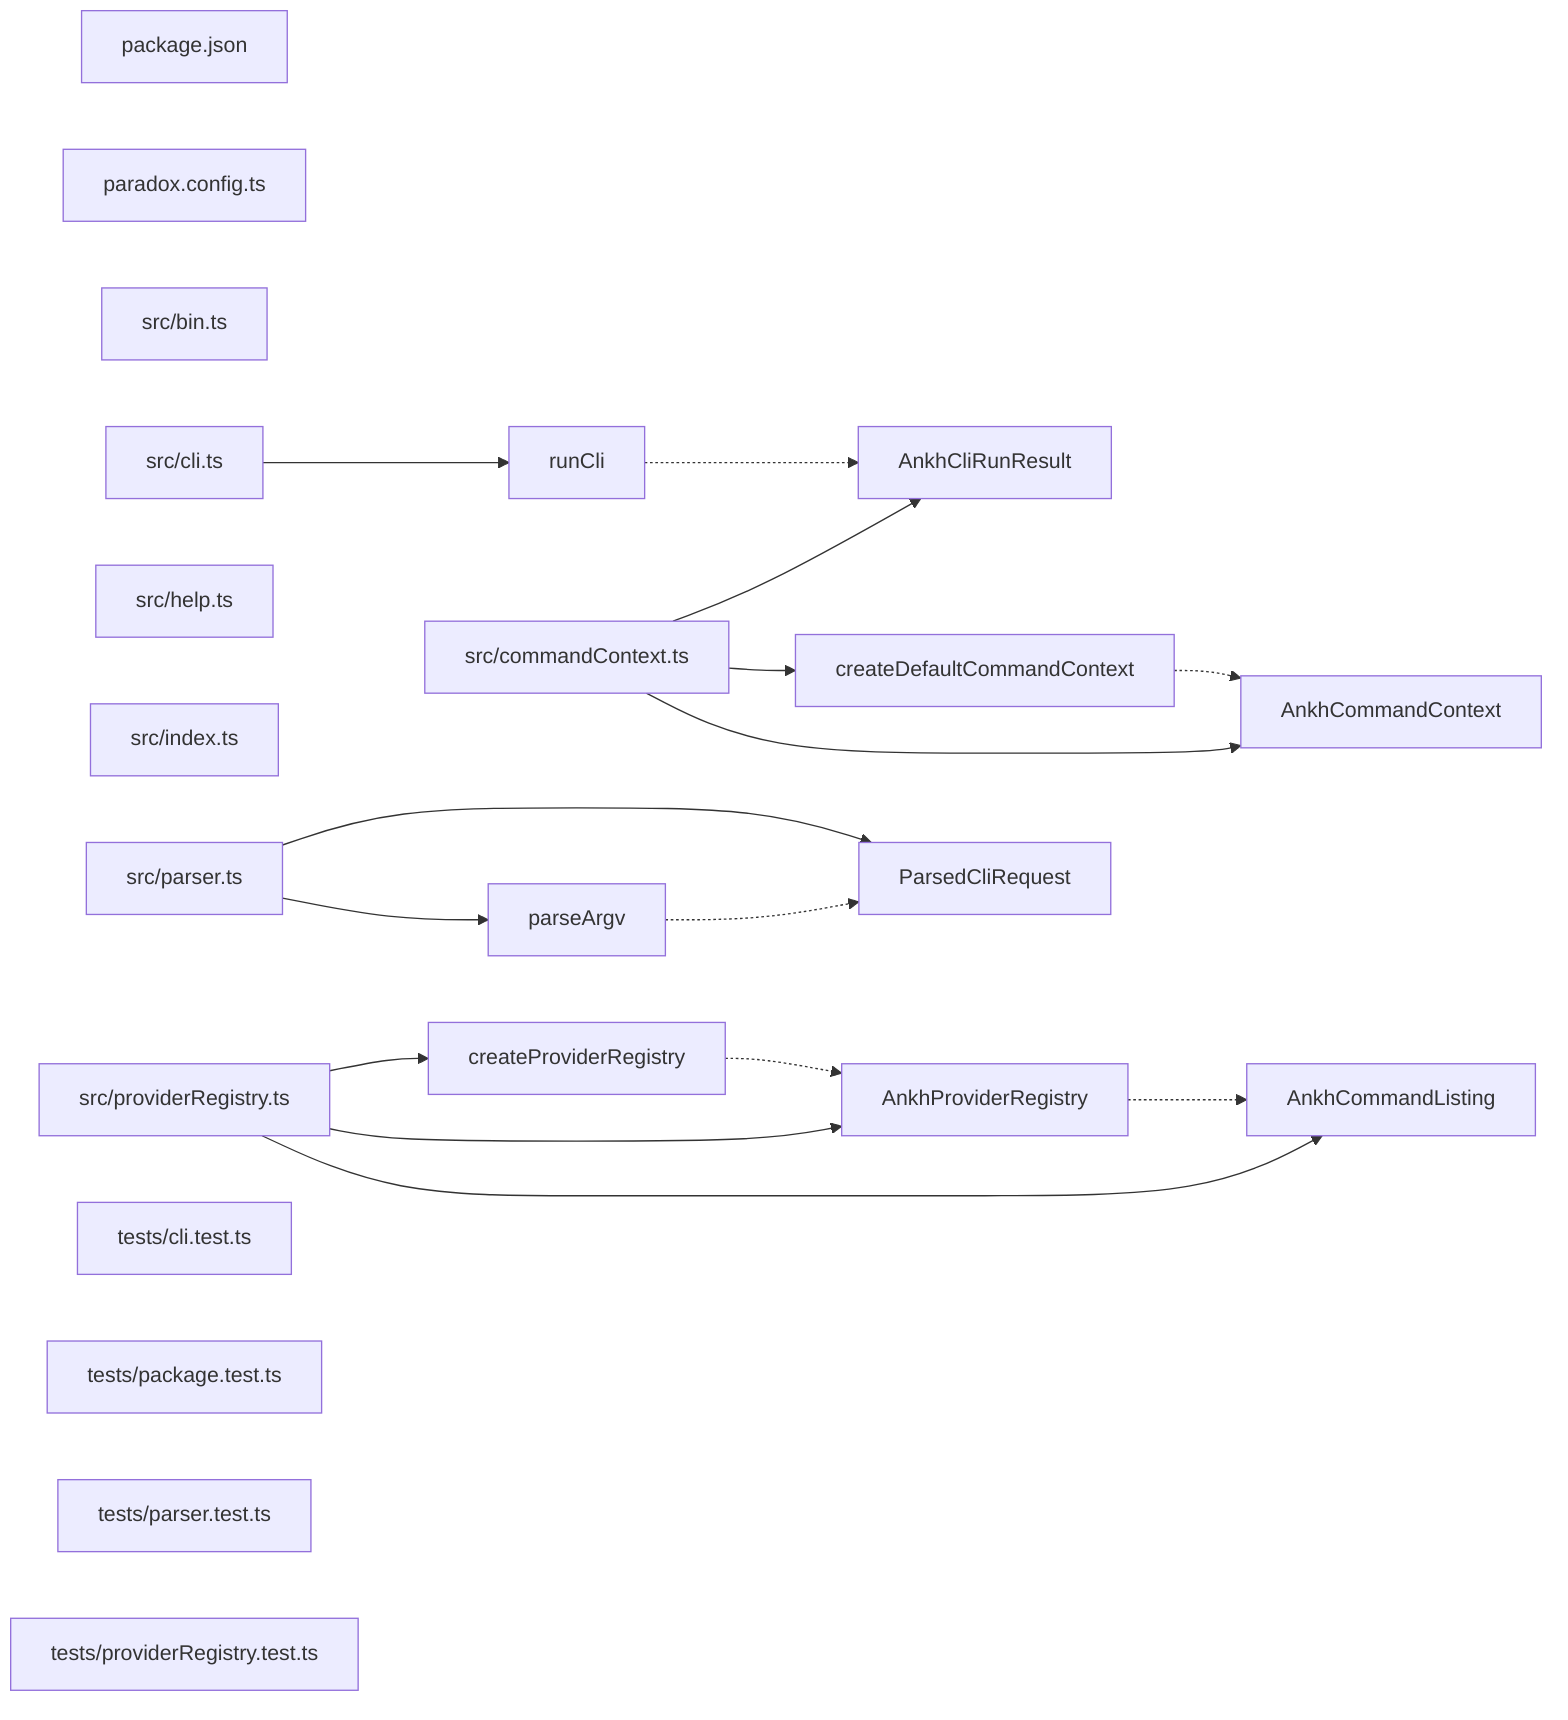
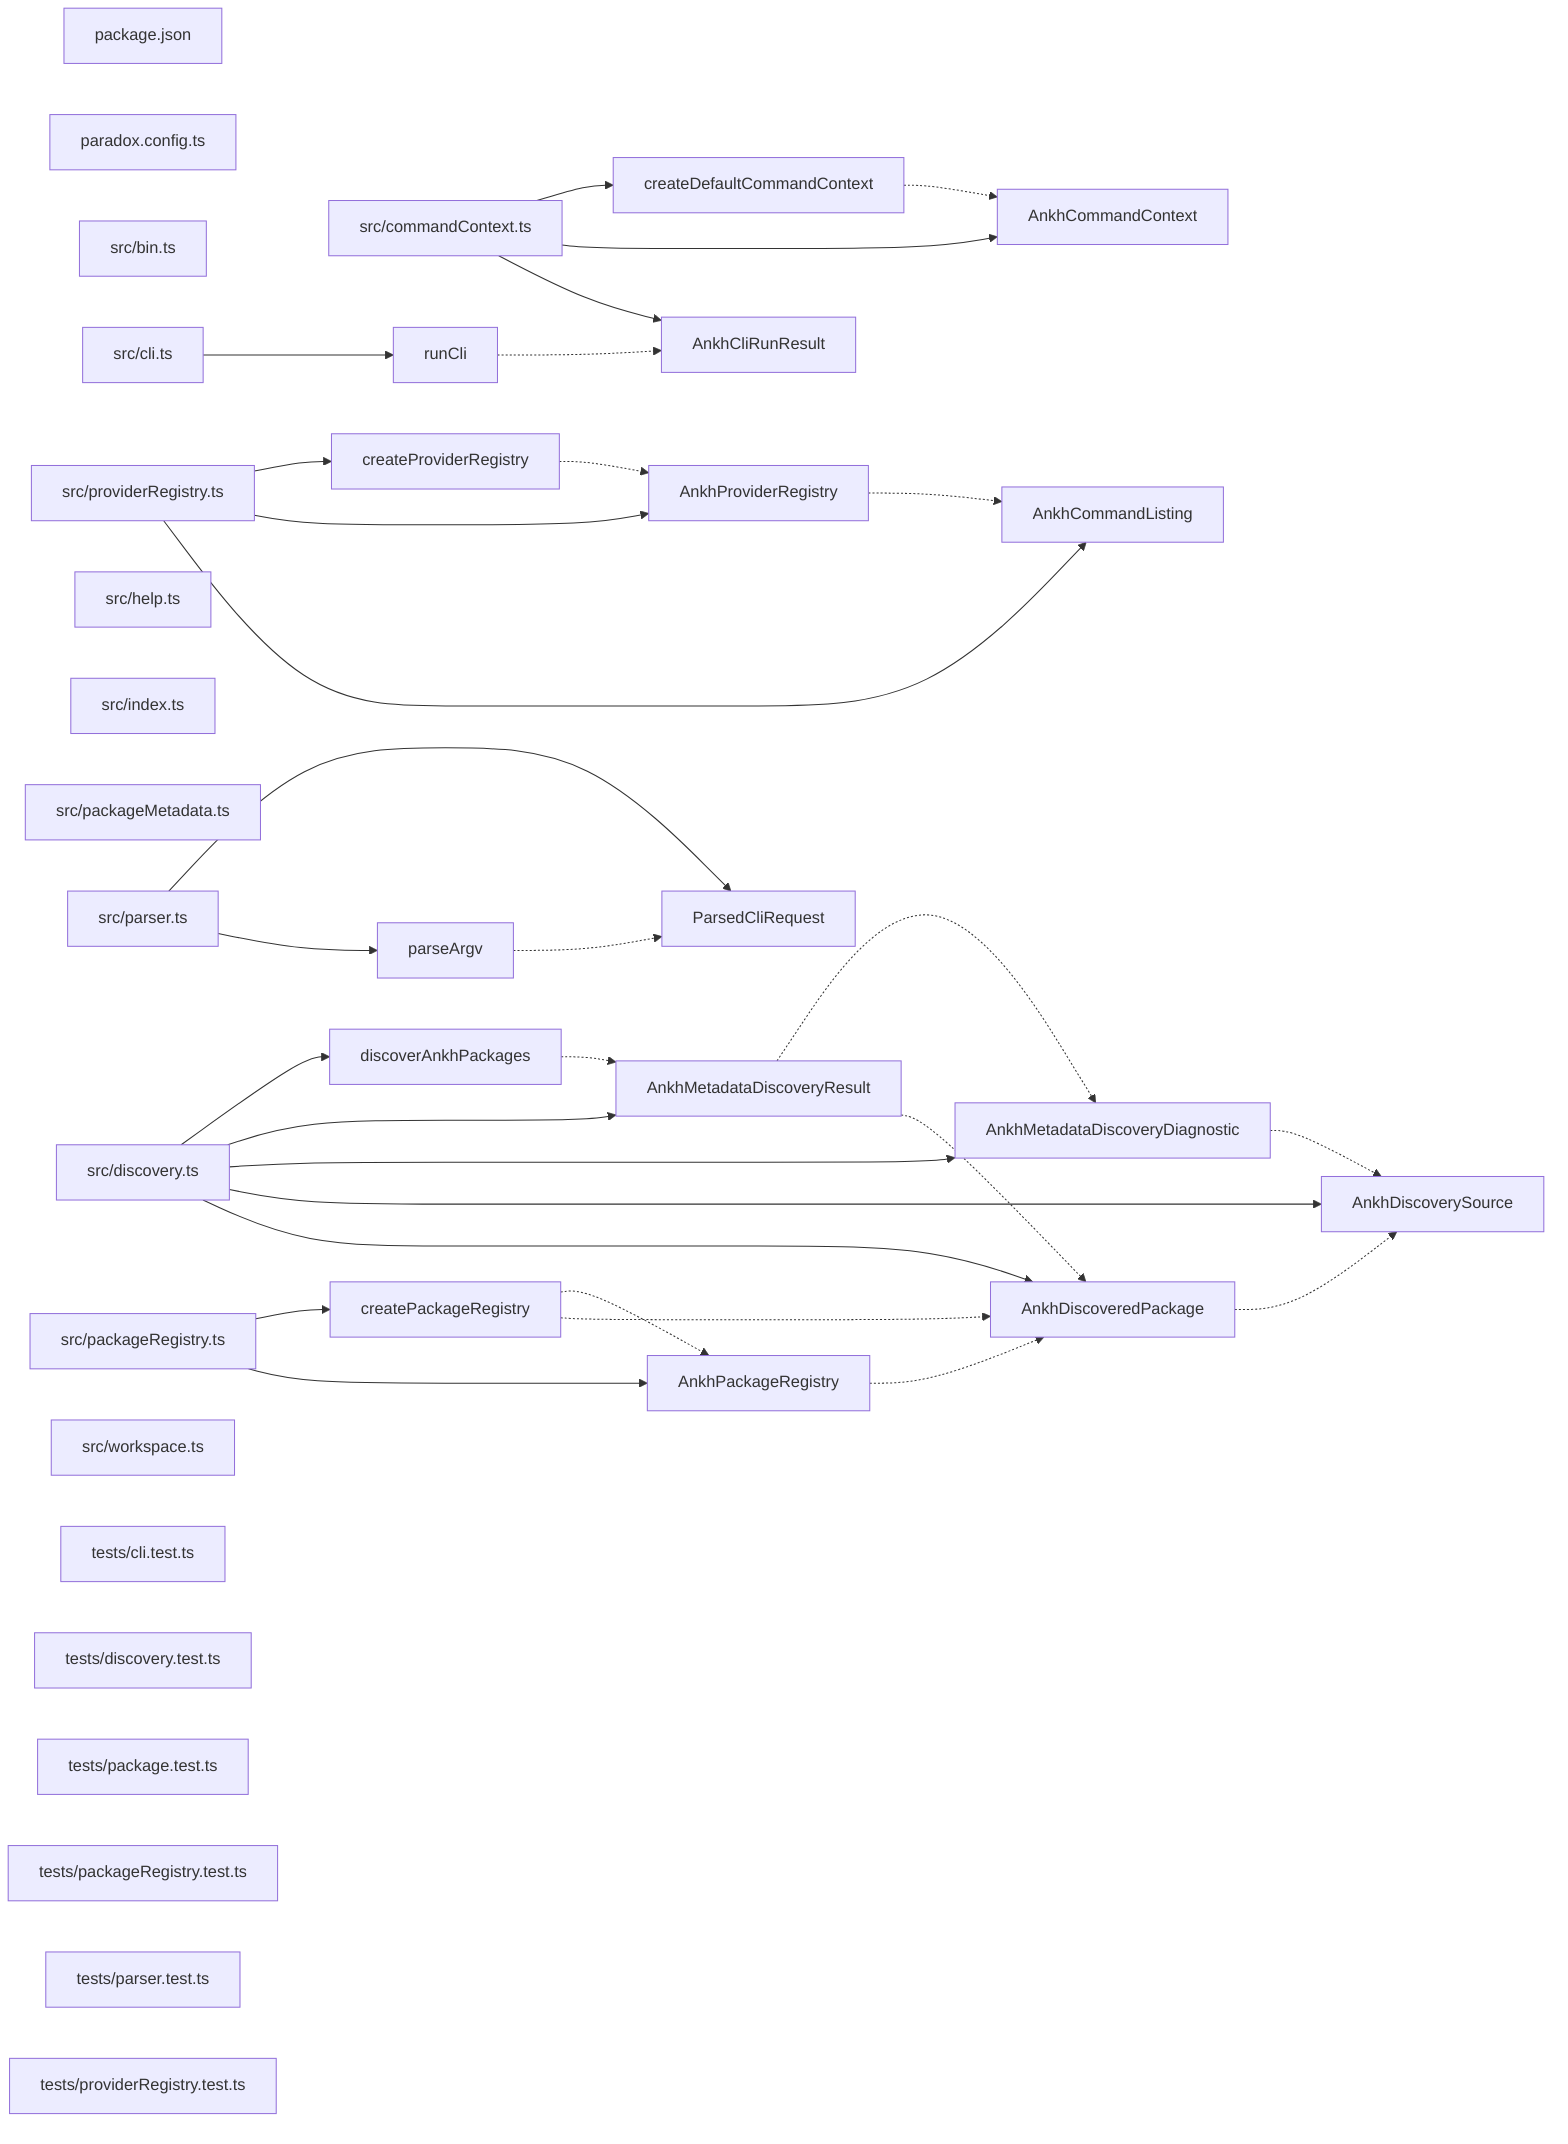
graph LR
  module_package_json["package.json"]
  module_paradox_config_ts["paradox.config.ts"]
  module_src_bin_ts["src/bin.ts"]
  module_src_cli_ts["src/cli.ts"]
  module_src_commandContext_ts["src/commandContext.ts"]
+   module_src_discovery_ts["src/discovery.ts"]
  module_src_help_ts["src/help.ts"]
  module_src_index_ts["src/index.ts"]
+   module_src_packageMetadata_ts["src/packageMetadata.ts"]
+   module_src_packageRegistry_ts["src/packageRegistry.ts"]
  module_src_parser_ts["src/parser.ts"]
  module_src_providerRegistry_ts["src/providerRegistry.ts"]
+   module_src_workspace_ts["src/workspace.ts"]
  module_tests_cli_test_ts["tests/cli.test.ts"]
+   module_tests_discovery_test_ts["tests/discovery.test.ts"]
  module_tests_package_test_ts["tests/package.test.ts"]
+   module_tests_packageRegistry_test_ts["tests/packageRegistry.test.ts"]
  module_tests_parser_test_ts["tests/parser.test.ts"]
  module_tests_providerRegistry_test_ts["tests/providerRegistry.test.ts"]
  export_AnkhCliRunResult["AnkhCliRunResult"]
  module_src_commandContext_ts --> export_AnkhCliRunResult
  export_AnkhCommandContext["AnkhCommandContext"]
  module_src_commandContext_ts --> export_AnkhCommandContext
  export_AnkhCommandListing["AnkhCommandListing"]
  module_src_providerRegistry_ts --> export_AnkhCommandListing
+   export_AnkhDiscoveredPackage["AnkhDiscoveredPackage"]
+   module_src_discovery_ts --> export_AnkhDiscoveredPackage
+   export_AnkhDiscoveredPackage -.-> export_AnkhDiscoverySource
+   export_AnkhDiscoverySource["AnkhDiscoverySource"]
+   module_src_discovery_ts --> export_AnkhDiscoverySource
+   export_AnkhMetadataDiscoveryDiagnostic["AnkhMetadataDiscoveryDiagnostic"]
+   module_src_discovery_ts --> export_AnkhMetadataDiscoveryDiagnostic
+   export_AnkhMetadataDiscoveryDiagnostic -.-> export_AnkhDiscoverySource
+   export_AnkhMetadataDiscoveryResult["AnkhMetadataDiscoveryResult"]
+   module_src_discovery_ts --> export_AnkhMetadataDiscoveryResult
+   export_AnkhMetadataDiscoveryResult -.-> export_AnkhDiscoveredPackage
+   export_AnkhMetadataDiscoveryResult -.-> export_AnkhMetadataDiscoveryDiagnostic
+   export_AnkhPackageRegistry["AnkhPackageRegistry"]
+   module_src_packageRegistry_ts --> export_AnkhPackageRegistry
+   export_AnkhPackageRegistry -.-> export_AnkhDiscoveredPackage
  export_AnkhProviderRegistry["AnkhProviderRegistry"]
  module_src_providerRegistry_ts --> export_AnkhProviderRegistry
  export_AnkhProviderRegistry -.-> export_AnkhCommandListing
  export_createDefaultCommandContext["createDefaultCommandContext"]
  module_src_commandContext_ts --> export_createDefaultCommandContext
  export_createDefaultCommandContext -.-> export_AnkhCommandContext
+   export_createPackageRegistry["createPackageRegistry"]
+   module_src_packageRegistry_ts --> export_createPackageRegistry
+   export_createPackageRegistry -.-> export_AnkhDiscoveredPackage
+   export_createPackageRegistry -.-> export_AnkhPackageRegistry
  export_createProviderRegistry["createProviderRegistry"]
  module_src_providerRegistry_ts --> export_createProviderRegistry
  export_createProviderRegistry -.-> export_AnkhProviderRegistry
+   export_discoverAnkhPackages["discoverAnkhPackages"]
+   module_src_discovery_ts --> export_discoverAnkhPackages
+   export_discoverAnkhPackages -.-> export_AnkhMetadataDiscoveryResult
  export_parseArgv["parseArgv"]
  module_src_parser_ts --> export_parseArgv
  export_parseArgv -.-> export_ParsedCliRequest
  export_ParsedCliRequest["ParsedCliRequest"]
  module_src_parser_ts --> export_ParsedCliRequest
  export_runCli["runCli"]
  module_src_cli_ts --> export_runCli
  export_runCli -.-> export_AnkhCliRunResult
